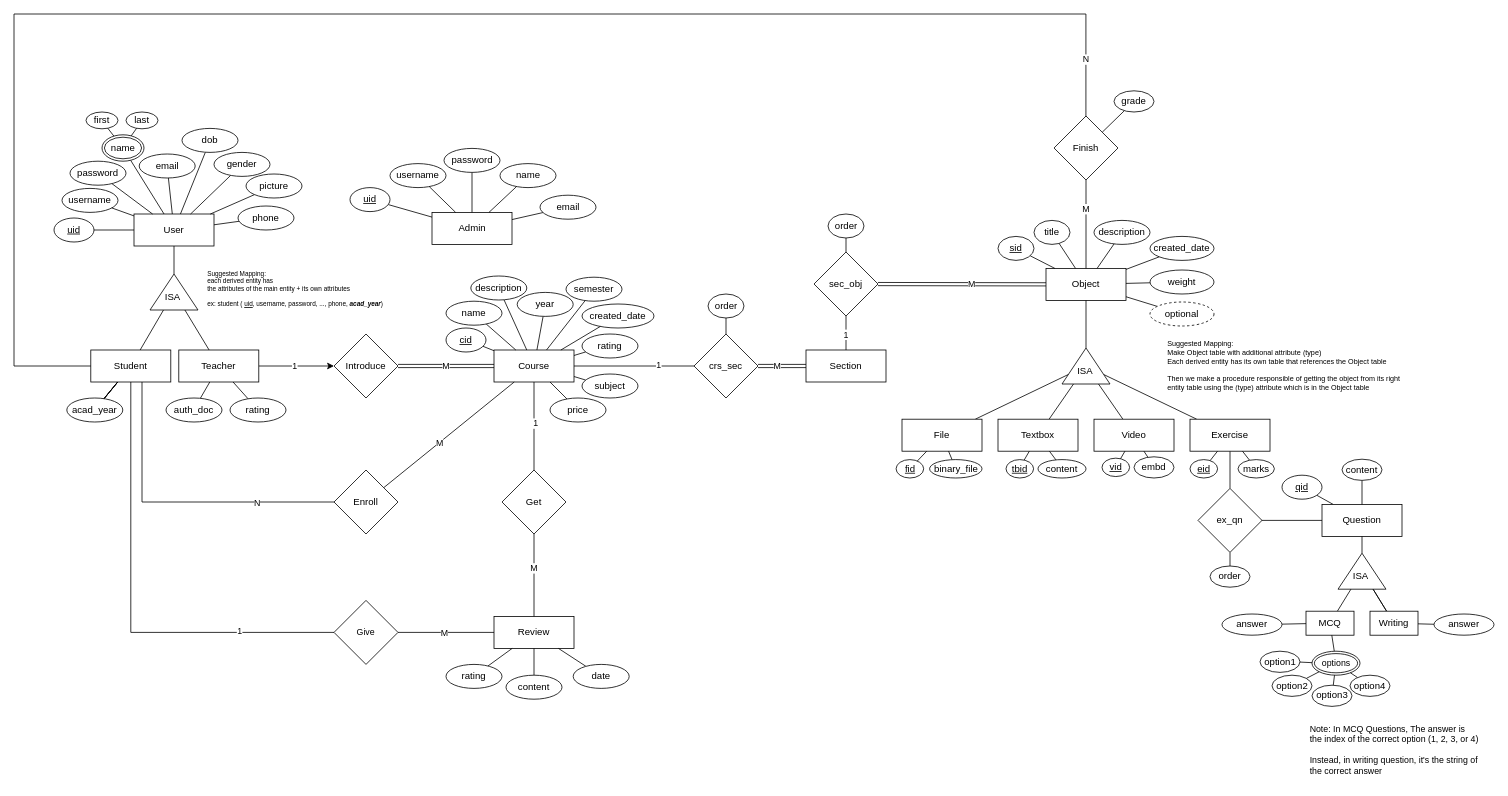
ahmedamrelhefnawy/Neon-Academy keeps this draw.io diagram as page "ERD" (1 of 2) of Design/Database Diagrams.drawio. Above is the earlier version. Source tidied: cells renumbered, new cells numbered last; positions are measured from the earlier drawing's top-left corner, leaving out a move shared by most shapes. Both pictures are drawn from the tidied source at 80%, with x=0, y=0 at pixel (14, 14).
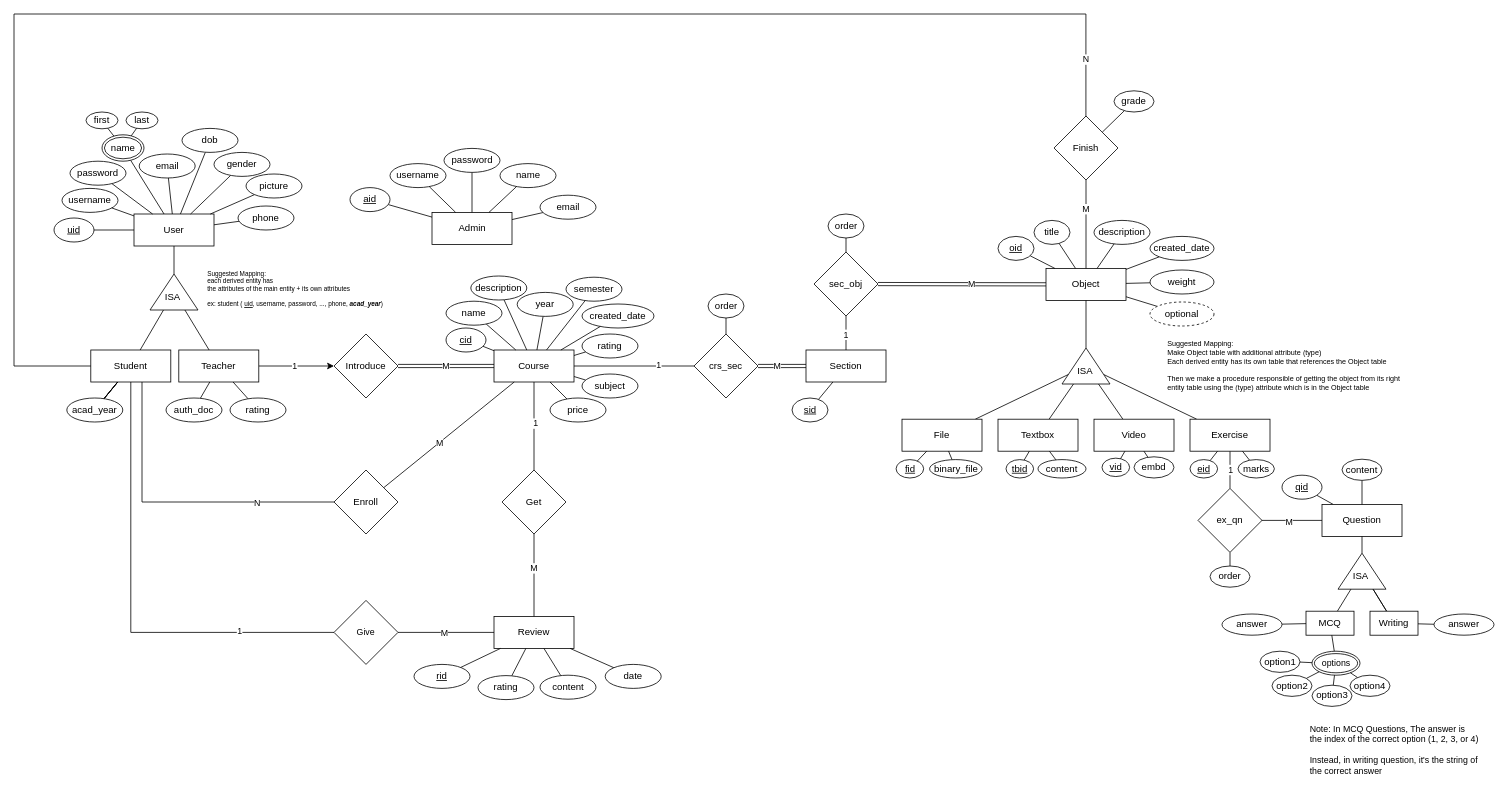
Above is the later version.

Commit message (it also covers changes not shown here):
Added Database Schema Diagram

The change refers to these unchanged cells:
```xml
<mxCell id="27" value="Review" style="whiteSpace=wrap;html=1;align=center;" parent="1" vertex="1">
  <mxGeometry x="600" y="753" width="100" height="40" as="geometry" />
</mxCell>
<mxCell id="31" style="edgeStyle=none;shape=connector;rounded=0;jettySize=auto;html=1;strokeColor=default;align=center;verticalAlign=middle;fontFamily=Helvetica;fontSize=11;fontColor=default;labelBackgroundColor=default;endArrow=none;endFill=0;" parent="1" edge="1" source="32" target="124">
  <mxGeometry relative="1" as="geometry" />
</mxCell>
<mxCell id="33" value="Section" style="whiteSpace=wrap;html=1;align=center;" parent="1" vertex="1">
  <mxGeometry x="990" y="420" width="100" height="40" as="geometry" />
</mxCell>
<mxCell id="122" style="edgeStyle=none;shape=connector;rounded=0;jettySize=auto;html=1;strokeColor=default;align=center;verticalAlign=middle;fontFamily=Helvetica;fontSize=11;fontColor=default;labelBackgroundColor=default;endArrow=none;endFill=0;" parent="1" edge="1" target="29">
  <mxGeometry relative="1" as="geometry">
    <mxPoint x="1525" y="633" as="sourcePoint" />
  </mxGeometry>
</mxCell>
```

Diff of the diagram source:
```diff
@@
+    <mxCell id="191" value="1" style="edgeLabel;html=1;align=center;verticalAlign=middle;fontFamily=Helvetica;fontSize=11;fontColor=default;labelBackgroundColor=default;" parent="31" vertex="1">
+      <mxGeometry x="-0.01" relative="1" as="geometry" />
+    </mxCell>
@@
-    <mxCell id="51" value="&lt;u&gt;sid&lt;/u&gt;" style="ellipse;whiteSpace=wrap;html=1;" parent="1" vertex="1">
+    <mxCell id="51" value="&lt;u&gt;oid&lt;/u&gt;" style="ellipse;whiteSpace=wrap;html=1;" parent="1" vertex="1">
       <mxGeometry x="1230" y="278" width="45" height="30" as="geometry" />
     </mxCell>
@@
-    <mxCell id="72" value="&lt;u&gt;uid&lt;/u&gt;" style="ellipse;whiteSpace=wrap;html=1;" parent="1" vertex="1">
+    <mxCell id="72" value="&lt;u&gt;aid&lt;/u&gt;" style="ellipse;whiteSpace=wrap;html=1;" parent="1" vertex="1">
       <mxGeometry x="420" y="217" width="50" height="30" as="geometry" />
     </mxCell>
@@
+    <mxCell id="192" value="M" style="edgeLabel;html=1;align=center;verticalAlign=middle;fontFamily=Helvetica;fontSize=11;fontColor=default;labelBackgroundColor=default;" parent="122" vertex="1">
+      <mxGeometry x="0.24" y="-1" relative="1" as="geometry" />
+    </mxCell>
@@
     <mxCell id="165" value="rating" style="ellipse;whiteSpace=wrap;html=1;" parent="1" vertex="1">
-      <mxGeometry x="540" y="813" width="70" height="30" as="geometry" />
+      <mxGeometry x="580" y="827" width="70" height="30" as="geometry" />
     </mxCell>
@@
     <mxCell id="167" value="content" style="ellipse;whiteSpace=wrap;html=1;" parent="1" vertex="1">
-      <mxGeometry x="615" y="826.5" width="70" height="30" as="geometry" />
+      <mxGeometry x="657.5" y="826.5" width="70" height="30" as="geometry" />
     </mxCell>
@@
     <mxCell id="169" value="date" style="ellipse;whiteSpace=wrap;html=1;" parent="1" vertex="1">
-      <mxGeometry x="699" y="813" width="70" height="30" as="geometry" />
+      <mxGeometry x="739" y="813" width="70" height="30" as="geometry" />
     </mxCell>
@@
+    <mxCell id="193" style="rounded=0;jettySize=auto;html=1;endArrow=none;endFill=0;" parent="1" edge="1" source="194" target="33">
+      <mxGeometry relative="1" as="geometry" />
+    </mxCell>
+    <mxCell id="194" value="&lt;u&gt;sid&lt;/u&gt;" style="ellipse;whiteSpace=wrap;html=1;" parent="1" vertex="1">
+      <mxGeometry x="972.5" y="480" width="45" height="30" as="geometry" />
+    </mxCell>
+    <mxCell id="195" style="rounded=0;jettySize=auto;html=1;endArrow=none;endFill=0;" parent="1" edge="1" source="196" target="27">
+      <mxGeometry relative="1" as="geometry" />
+    </mxCell>
+    <mxCell id="196" value="&lt;u&gt;rid&lt;/u&gt;" style="ellipse;whiteSpace=wrap;html=1;" parent="1" vertex="1">
+      <mxGeometry x="500" y="813" width="70" height="30" as="geometry" />
+    </mxCell>
```
